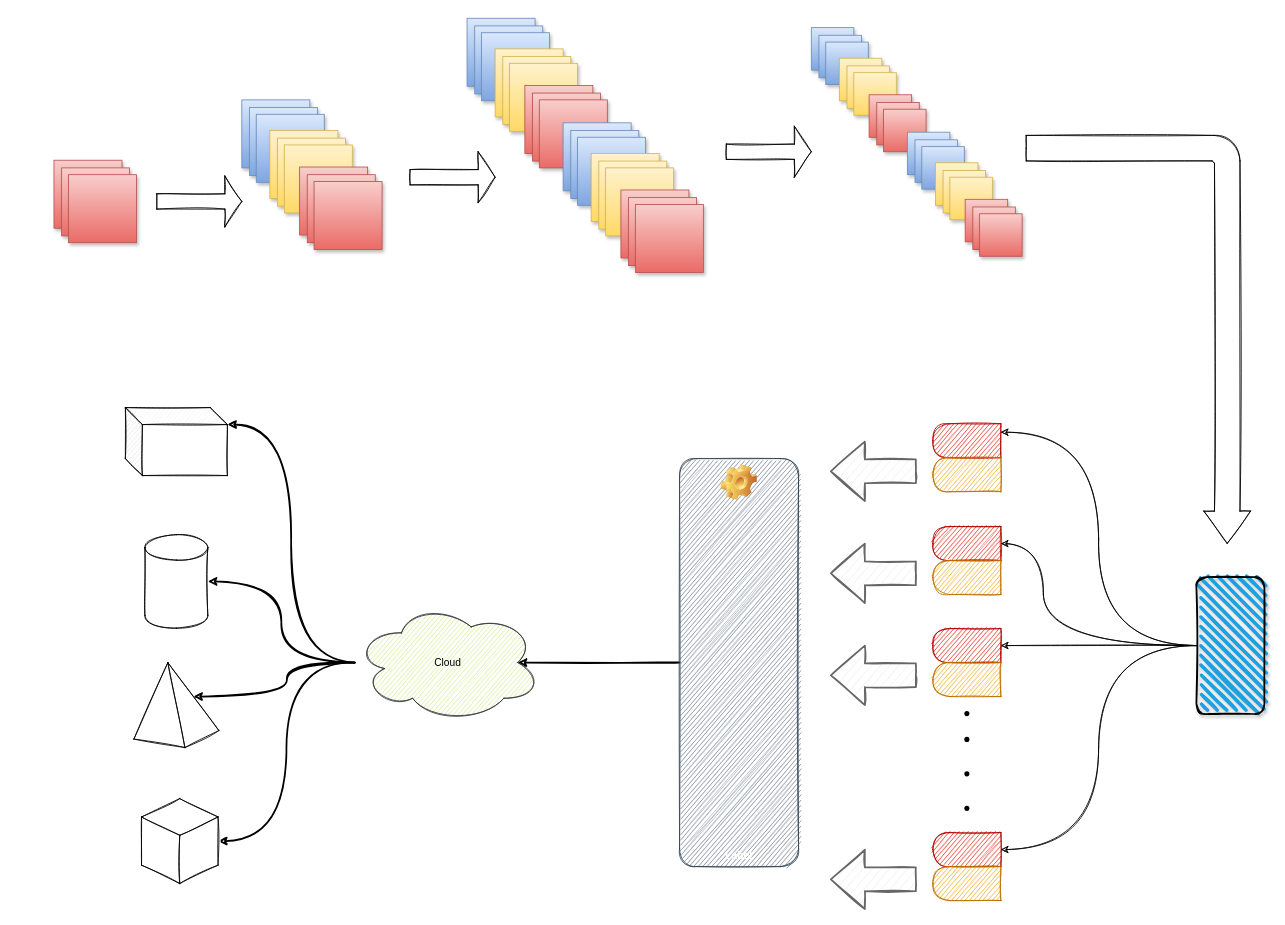
The draw.io diagram Untitled Diagram.drawio in yzfzzz/DrawImage, before the edit. Source tidied: cells renumbered, new cells numbered last; positions are measured from the earlier drawing's top-left corner, leaving out a move shared by most shapes. Both pictures are drawn from the tidied source at 85%, with x=0, y=0 at pixel (54, 14).
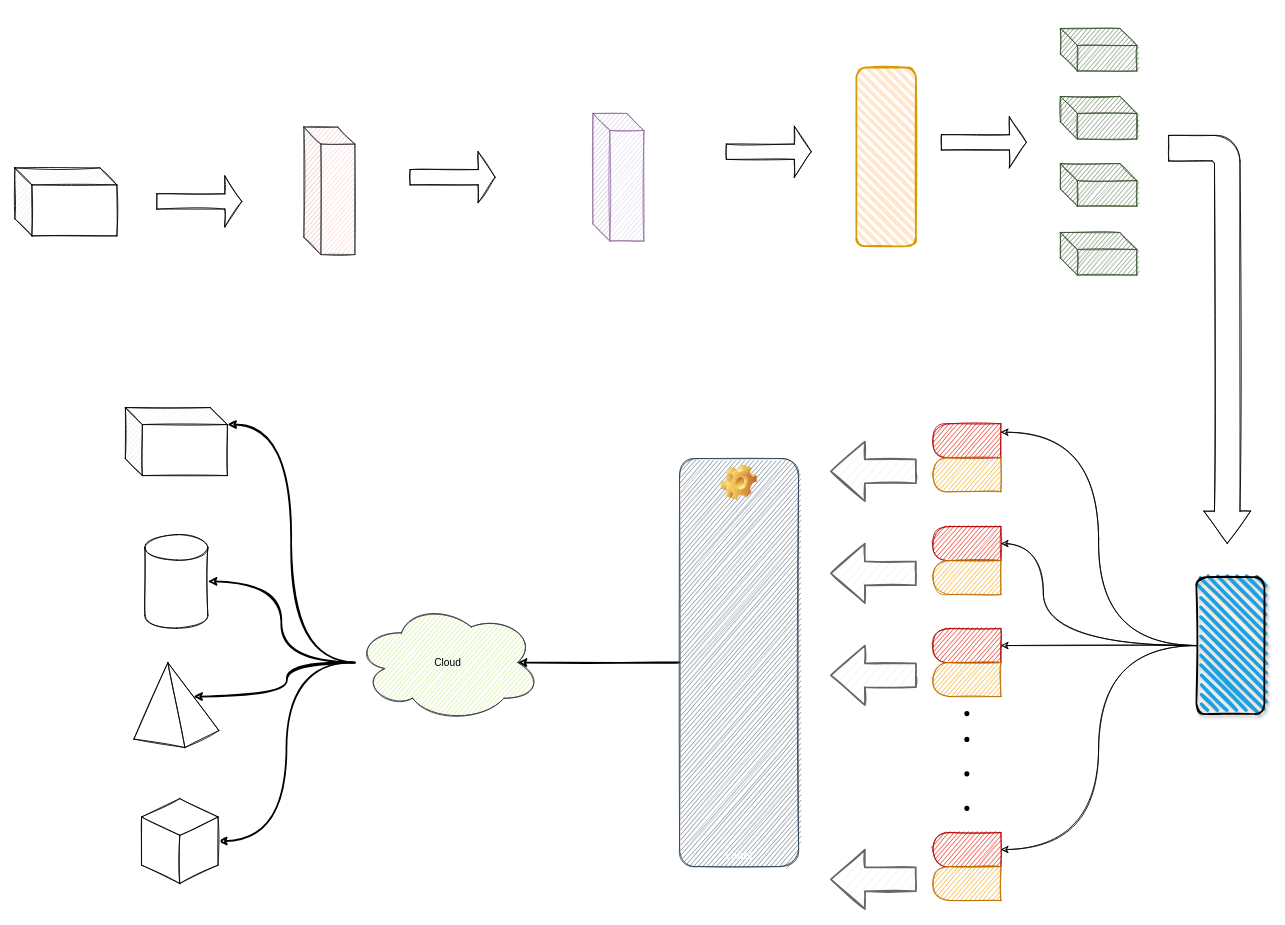
The same page after the edit.

Change to the diagram source:
```diff
@@
-    <mxCell id="2" style="group;" parent="1" vertex="1">
-      <mxGeometry y="171" width="97" height="97" as="geometry" />
-    </mxCell>
-    <mxCell id="3" style="whiteSpace=wrap;html=1;shadow=1;rounded=0;fillColor=#f8cecc;strokeColor=#b85450;sketch=0;gradientColor=#ea6b66;" parent="2" vertex="1">
-      <mxGeometry width="80" height="80" as="geometry" />
-    </mxCell>
-    <mxCell id="4" style="whiteSpace=wrap;html=1;shadow=1;rounded=0;fillColor=#f8cecc;strokeColor=#b85450;sketch=0;gradientColor=#ea6b66;" parent="2" vertex="1">
-      <mxGeometry x="9" y="9" width="80" height="80" as="geometry" />
-    </mxCell>
-    <mxCell id="5" style="whiteSpace=wrap;html=1;shadow=1;rounded=0;fillColor=#f8cecc;strokeColor=#b85450;sketch=0;gradientColor=#ea6b66;" parent="2" vertex="1">
-      <mxGeometry x="17" y="17" width="80" height="80" as="geometry" />
-    </mxCell>
-    <mxCell id="6" style="group;" parent="1" vertex="1">
-      <mxGeometry x="221" y="100" width="165" height="176" as="geometry" />
-    </mxCell>
-    <mxCell id="7" style="whiteSpace=wrap;html=1;shadow=1;rounded=0;fillColor=#dae8fc;strokeColor=#6c8ebf;sketch=0;gradientColor=#7ea6e0;" parent="6" vertex="1">
-      <mxGeometry width="80" height="80" as="geometry" />
-    </mxCell>
-    <mxCell id="8" style="whiteSpace=wrap;html=1;shadow=1;rounded=0;fillColor=#dae8fc;strokeColor=#6c8ebf;sketch=0;gradientColor=#7ea6e0;" parent="6" vertex="1">
-      <mxGeometry x="9" y="9" width="80" height="80" as="geometry" />
-    </mxCell>
-    <mxCell id="9" style="whiteSpace=wrap;html=1;shadow=1;rounded=0;fillColor=#dae8fc;strokeColor=#6c8ebf;sketch=0;gradientColor=#7ea6e0;" parent="6" vertex="1">
-      <mxGeometry x="17" y="17" width="80" height="80" as="geometry" />
-    </mxCell>
-    <mxCell id="10" style="whiteSpace=wrap;html=1;shadow=1;rounded=0;fillColor=#fff2cc;strokeColor=#d6b656;sketch=0;gradientColor=#ffd966;" parent="6" vertex="1">
-      <mxGeometry x="33" y="36" width="80" height="80" as="geometry" />
-    </mxCell>
-    <mxCell id="11" style="whiteSpace=wrap;html=1;shadow=1;rounded=0;fillColor=#fff2cc;strokeColor=#d6b656;sketch=0;gradientColor=#ffd966;" parent="6" vertex="1">
-      <mxGeometry x="42" y="45" width="80" height="80" as="geometry" />
-    </mxCell>
-    <mxCell id="12" style="whiteSpace=wrap;html=1;shadow=1;rounded=0;fillColor=#fff2cc;strokeColor=#d6b656;sketch=0;gradientColor=#ffd966;" parent="6" vertex="1">
-      <mxGeometry x="50" y="53" width="80" height="80" as="geometry" />
-    </mxCell>
-    <mxCell id="13" style="group;" parent="6" vertex="1">
-      <mxGeometry x="68" y="79" width="97" height="97" as="geometry" />
-    </mxCell>
-    <mxCell id="14" style="whiteSpace=wrap;html=1;shadow=1;rounded=0;fillColor=#f8cecc;strokeColor=#b85450;sketch=0;gradientColor=#ea6b66;" parent="13" vertex="1">
-      <mxGeometry width="80" height="80" as="geometry" />
-    </mxCell>
-    <mxCell id="15" style="whiteSpace=wrap;html=1;shadow=1;rounded=0;fillColor=#f8cecc;strokeColor=#b85450;sketch=0;gradientColor=#ea6b66;" parent="13" vertex="1">
-      <mxGeometry x="9" y="9" width="80" height="80" as="geometry" />
-    </mxCell>
-    <mxCell id="16" style="whiteSpace=wrap;html=1;shadow=1;rounded=0;fillColor=#f8cecc;strokeColor=#b85450;sketch=0;gradientColor=#ea6b66;" parent="13" vertex="1">
-      <mxGeometry x="17" y="17" width="80" height="80" as="geometry" />
-    </mxCell>
-    <mxCell id="17" style="group;" parent="1" vertex="1">
-      <mxGeometry x="486" y="4" width="278" height="299" as="geometry" />
-    </mxCell>
-    <mxCell id="18" style="group;" parent="17" vertex="1">
-      <mxGeometry width="165" height="176" as="geometry" />
-    </mxCell>
-    <mxCell id="19" style="whiteSpace=wrap;html=1;shadow=1;rounded=0;fillColor=#dae8fc;strokeColor=#6c8ebf;sketch=0;gradientColor=#7ea6e0;" parent="18" vertex="1">
-      <mxGeometry width="80" height="80" as="geometry" />
-    </mxCell>
-    <mxCell id="20" style="whiteSpace=wrap;html=1;shadow=1;rounded=0;fillColor=#dae8fc;strokeColor=#6c8ebf;sketch=0;gradientColor=#7ea6e0;" parent="18" vertex="1">
-      <mxGeometry x="9" y="9" width="80" height="80" as="geometry" />
-    </mxCell>
-    <mxCell id="21" style="whiteSpace=wrap;html=1;shadow=1;rounded=0;fillColor=#dae8fc;strokeColor=#6c8ebf;sketch=0;gradientColor=#7ea6e0;" parent="18" vertex="1">
-      <mxGeometry x="17" y="17" width="80" height="80" as="geometry" />
-    </mxCell>
-    <mxCell id="22" style="whiteSpace=wrap;html=1;shadow=1;rounded=0;fillColor=#fff2cc;strokeColor=#d6b656;sketch=0;gradientColor=#ffd966;" parent="18" vertex="1">
-      <mxGeometry x="33" y="36" width="80" height="80" as="geometry" />
-    </mxCell>
-    <mxCell id="23" style="whiteSpace=wrap;html=1;shadow=1;rounded=0;fillColor=#fff2cc;strokeColor=#d6b656;sketch=0;gradientColor=#ffd966;" parent="18" vertex="1">
-      <mxGeometry x="42" y="45" width="80" height="80" as="geometry" />
-    </mxCell>
-    <mxCell id="24" style="whiteSpace=wrap;html=1;shadow=1;rounded=0;fillColor=#fff2cc;strokeColor=#d6b656;sketch=0;gradientColor=#ffd966;" parent="18" vertex="1">
-      <mxGeometry x="50" y="53" width="80" height="80" as="geometry" />
-    </mxCell>
-    <mxCell id="25" style="group;" parent="18" vertex="1">
-      <mxGeometry x="68" y="79" width="97" height="97" as="geometry" />
-    </mxCell>
-    <mxCell id="26" style="whiteSpace=wrap;html=1;shadow=1;rounded=0;fillColor=#f8cecc;strokeColor=#b85450;sketch=0;gradientColor=#ea6b66;" parent="25" vertex="1">
-      <mxGeometry width="80" height="80" as="geometry" />
-    </mxCell>
-    <mxCell id="27" style="whiteSpace=wrap;html=1;shadow=1;rounded=0;fillColor=#f8cecc;strokeColor=#b85450;sketch=0;gradientColor=#ea6b66;" parent="25" vertex="1">
-      <mxGeometry x="9" y="9" width="80" height="80" as="geometry" />
-    </mxCell>
-    <mxCell id="28" style="whiteSpace=wrap;html=1;shadow=1;rounded=0;fillColor=#f8cecc;strokeColor=#b85450;sketch=0;gradientColor=#ea6b66;" parent="25" vertex="1">
-      <mxGeometry x="17" y="17" width="80" height="80" as="geometry" />
-    </mxCell>
-    <mxCell id="29" style="group;" parent="17" vertex="1">
-      <mxGeometry x="113" y="123" width="165" height="176" as="geometry" />
-    </mxCell>
-    <mxCell id="30" style="whiteSpace=wrap;html=1;shadow=1;rounded=0;fillColor=#dae8fc;strokeColor=#6c8ebf;sketch=0;gradientColor=#7ea6e0;" parent="29" vertex="1">
-      <mxGeometry width="80" height="80" as="geometry" />
-    </mxCell>
-    <mxCell id="31" style="whiteSpace=wrap;html=1;shadow=1;rounded=0;fillColor=#dae8fc;strokeColor=#6c8ebf;sketch=0;gradientColor=#7ea6e0;" parent="29" vertex="1">
-      <mxGeometry x="9" y="9" width="80" height="80" as="geometry" />
-    </mxCell>
-    <mxCell id="32" style="whiteSpace=wrap;html=1;shadow=1;rounded=0;fillColor=#dae8fc;strokeColor=#6c8ebf;sketch=0;gradientColor=#7ea6e0;" parent="29" vertex="1">
-      <mxGeometry x="17" y="17" width="80" height="80" as="geometry" />
-    </mxCell>
-    <mxCell id="33" style="whiteSpace=wrap;html=1;shadow=1;rounded=0;fillColor=#fff2cc;strokeColor=#d6b656;sketch=0;gradientColor=#ffd966;" parent="29" vertex="1">
-      <mxGeometry x="33" y="36" width="80" height="80" as="geometry" />
-    </mxCell>
-    <mxCell id="34" style="whiteSpace=wrap;html=1;shadow=1;rounded=0;fillColor=#fff2cc;strokeColor=#d6b656;sketch=0;gradientColor=#ffd966;" parent="29" vertex="1">
-      <mxGeometry x="42" y="45" width="80" height="80" as="geometry" />
-    </mxCell>
-    <mxCell id="35" style="whiteSpace=wrap;html=1;shadow=1;rounded=0;fillColor=#fff2cc;strokeColor=#d6b656;sketch=0;gradientColor=#ffd966;" parent="29" vertex="1">
-      <mxGeometry x="50" y="53" width="80" height="80" as="geometry" />
-    </mxCell>
-    <mxCell id="36" style="group;" parent="29" vertex="1">
-      <mxGeometry x="68" y="79" width="97" height="97" as="geometry" />
-    </mxCell>
-    <mxCell id="37" style="whiteSpace=wrap;html=1;shadow=1;rounded=0;fillColor=#f8cecc;strokeColor=#b85450;sketch=0;gradientColor=#ea6b66;" parent="36" vertex="1">
-      <mxGeometry width="80" height="80" as="geometry" />
-    </mxCell>
-    <mxCell id="38" style="whiteSpace=wrap;html=1;shadow=1;rounded=0;fillColor=#f8cecc;strokeColor=#b85450;sketch=0;gradientColor=#ea6b66;" parent="36" vertex="1">
-      <mxGeometry x="9" y="9" width="80" height="80" as="geometry" />
-    </mxCell>
-    <mxCell id="39" style="whiteSpace=wrap;html=1;shadow=1;rounded=0;fillColor=#f8cecc;strokeColor=#b85450;sketch=0;gradientColor=#ea6b66;" parent="36" vertex="1">
-      <mxGeometry x="17" y="17" width="80" height="80" as="geometry" />
-    </mxCell>
-    <mxCell id="40" style="group;" parent="1" vertex="1">
-      <mxGeometry x="876" width="278" height="299" as="geometry" />
-    </mxCell>
-    <mxCell id="41" style="group;" parent="40" vertex="1">
-      <mxGeometry width="165" height="176" as="geometry" />
-    </mxCell>
-    <mxCell id="42" style="whiteSpace=wrap;html=1;shadow=1;rounded=0;fillColor=#dae8fc;strokeColor=#6c8ebf;sketch=0;gradientColor=#7ea6e0;" parent="41" vertex="1">
-      <mxGeometry x="15" y="15" width="50" height="50" as="geometry" />
-    </mxCell>
-    <mxCell id="43" style="whiteSpace=wrap;html=1;shadow=1;rounded=0;fillColor=#dae8fc;strokeColor=#6c8ebf;sketch=0;gradientColor=#7ea6e0;" parent="41" vertex="1">
-      <mxGeometry x="24" y="24" width="50" height="50" as="geometry" />
-    </mxCell>
-    <mxCell id="44" style="whiteSpace=wrap;html=1;shadow=1;rounded=0;fillColor=#dae8fc;strokeColor=#6c8ebf;sketch=0;gradientColor=#7ea6e0;" parent="41" vertex="1">
-      <mxGeometry x="32" y="32" width="50" height="50" as="geometry" />
-    </mxCell>
-    <mxCell id="45" style="whiteSpace=wrap;html=1;shadow=1;rounded=0;fillColor=#fff2cc;strokeColor=#d6b656;sketch=0;gradientColor=#ffd966;" parent="41" vertex="1">
-      <mxGeometry x="48" y="51" width="50" height="50" as="geometry" />
-    </mxCell>
-    <mxCell id="46" style="whiteSpace=wrap;html=1;shadow=1;rounded=0;fillColor=#fff2cc;strokeColor=#d6b656;sketch=0;gradientColor=#ffd966;" parent="41" vertex="1">
-      <mxGeometry x="57" y="60" width="50" height="50" as="geometry" />
-    </mxCell>
-    <mxCell id="47" style="whiteSpace=wrap;html=1;shadow=1;rounded=0;fillColor=#fff2cc;strokeColor=#d6b656;sketch=0;gradientColor=#ffd966;" parent="41" vertex="1">
-      <mxGeometry x="65" y="68" width="50" height="50" as="geometry" />
-    </mxCell>
-    <mxCell id="48" style="group;" parent="41" vertex="1">
-      <mxGeometry x="68" y="79" width="97" height="97" as="geometry" />
-    </mxCell>
-    <mxCell id="49" style="whiteSpace=wrap;html=1;shadow=1;rounded=0;fillColor=#f8cecc;strokeColor=#b85450;sketch=0;gradientColor=#ea6b66;" parent="48" vertex="1">
-      <mxGeometry x="15" y="15" width="50" height="50" as="geometry" />
-    </mxCell>
-    <mxCell id="50" style="whiteSpace=wrap;html=1;shadow=1;rounded=0;fillColor=#f8cecc;strokeColor=#b85450;sketch=0;gradientColor=#ea6b66;" parent="48" vertex="1">
-      <mxGeometry x="24" y="24" width="50" height="50" as="geometry" />
-    </mxCell>
-    <mxCell id="51" style="whiteSpace=wrap;html=1;shadow=1;rounded=0;fillColor=#f8cecc;strokeColor=#b85450;sketch=0;gradientColor=#ea6b66;" parent="48" vertex="1">
-      <mxGeometry x="32" y="32" width="50" height="50" as="geometry" />
-    </mxCell>
-    <mxCell id="52" style="group;" parent="40" vertex="1">
-      <mxGeometry x="113" y="123" width="165" height="176" as="geometry" />
-    </mxCell>
-    <mxCell id="53" style="whiteSpace=wrap;html=1;shadow=1;rounded=0;fillColor=#dae8fc;strokeColor=#6c8ebf;sketch=0;gradientColor=#7ea6e0;" parent="52" vertex="1">
-      <mxGeometry x="15" y="15" width="50" height="50" as="geometry" />
-    </mxCell>
-    <mxCell id="54" style="whiteSpace=wrap;html=1;shadow=1;rounded=0;fillColor=#dae8fc;strokeColor=#6c8ebf;sketch=0;gradientColor=#7ea6e0;" parent="52" vertex="1">
-      <mxGeometry x="24" y="24" width="50" height="50" as="geometry" />
-    </mxCell>
-    <mxCell id="55" style="whiteSpace=wrap;html=1;shadow=1;rounded=0;fillColor=#dae8fc;strokeColor=#6c8ebf;sketch=0;gradientColor=#7ea6e0;" parent="52" vertex="1">
-      <mxGeometry x="32" y="32" width="50" height="50" as="geometry" />
-    </mxCell>
-    <mxCell id="56" style="whiteSpace=wrap;html=1;shadow=1;rounded=0;fillColor=#fff2cc;strokeColor=#d6b656;sketch=0;gradientColor=#ffd966;" parent="52" vertex="1">
-      <mxGeometry x="48" y="51" width="50" height="50" as="geometry" />
-    </mxCell>
-    <mxCell id="57" style="whiteSpace=wrap;html=1;shadow=1;rounded=0;fillColor=#fff2cc;strokeColor=#d6b656;sketch=0;gradientColor=#ffd966;" parent="52" vertex="1">
-      <mxGeometry x="57" y="60" width="50" height="50" as="geometry" />
-    </mxCell>
-    <mxCell id="58" style="whiteSpace=wrap;html=1;shadow=1;rounded=0;fillColor=#fff2cc;strokeColor=#d6b656;sketch=0;gradientColor=#ffd966;" parent="52" vertex="1">
-      <mxGeometry x="65" y="68" width="50" height="50" as="geometry" />
-    </mxCell>
-    <mxCell id="59" style="group;" parent="52" vertex="1">
-      <mxGeometry x="68" y="79" width="97" height="97" as="geometry" />
-    </mxCell>
-    <mxCell id="60" style="whiteSpace=wrap;html=1;shadow=1;rounded=0;fillColor=#f8cecc;strokeColor=#b85450;sketch=0;gradientColor=#ea6b66;" parent="59" vertex="1">
-      <mxGeometry x="15" y="15" width="50" height="50" as="geometry" />
-    </mxCell>
-    <mxCell id="61" style="whiteSpace=wrap;html=1;shadow=1;rounded=0;fillColor=#f8cecc;strokeColor=#b85450;sketch=0;gradientColor=#ea6b66;" parent="59" vertex="1">
-      <mxGeometry x="24" y="24" width="50" height="50" as="geometry" />
-    </mxCell>
-    <mxCell id="62" style="whiteSpace=wrap;html=1;shadow=1;rounded=0;fillColor=#f8cecc;strokeColor=#b85450;sketch=0;gradientColor=#ea6b66;" parent="59" vertex="1">
-      <mxGeometry x="32" y="32" width="50" height="50" as="geometry" />
-    </mxCell>
@@
     <mxCell id="99" style="html=1;shadow=0;dashed=0;align=center;verticalAlign=middle;shape=mxgraph.arrows2.bendArrow;dy=15;dx=38;notch=0;arrowHead=55;rounded=1;sketch=1;rotation=90;" parent="1" vertex="1">
-      <mxGeometry x="1035.8" y="249.8" width="480" height="264" as="geometry" />
+      <mxGeometry x="1119.6" y="333.6" width="480" height="96.4" as="geometry" />
     </mxCell>
@@
+    <mxCell id="104" style="shape=cube;whiteSpace=wrap;html=1;boundedLbl=1;backgroundOutline=1;darkOpacity=0.05;darkOpacity2=0.1;shadow=0;sketch=1;gradientColor=#ffffff;" parent="1" vertex="1">
+      <mxGeometry x="-46" y="180" width="120" height="80" as="geometry" />
+    </mxCell>
+    <mxCell id="105" style="shape=cube;whiteSpace=wrap;html=1;boundedLbl=1;backgroundOutline=1;darkOpacity=0.05;darkOpacity2=0.1;shadow=0;sketch=1;fillColor=#ffcccc;strokeColor=#36393d;" parent="1" vertex="1">
+      <mxGeometry x="294" y="132" width="60" height="150" as="geometry" />
+    </mxCell>
+    <mxCell id="106" style="shape=cube;whiteSpace=wrap;html=1;boundedLbl=1;backgroundOutline=1;darkOpacity=0.05;darkOpacity2=0.1;shadow=0;sketch=1;fillColor=#e1d5e7;strokeColor=#9673a6;" parent="1" vertex="1">
+      <mxGeometry x="634" y="116" width="60" height="150" as="geometry" />
+    </mxCell>
+    <mxCell id="107" style="rounded=1;whiteSpace=wrap;html=1;strokeWidth=2;fillWeight=4;hachureGap=8;hachureAngle=45;fillColor=#ffe6cc;sketch=1;shadow=0;strokeColor=#d79b00;" parent="1" vertex="1">
+      <mxGeometry x="944" y="62" width="70" height="210" as="geometry" />
+    </mxCell>
+    <mxCell id="108" style="shape=cube;whiteSpace=wrap;html=1;boundedLbl=1;backgroundOutline=1;darkOpacity=0.05;darkOpacity2=0.1;shadow=0;sketch=1;fillColor=#6d8764;fontColor=#ffffff;strokeColor=#3A5431;" parent="1" vertex="1">
+      <mxGeometry x="1184" y="16" width="90" height="50" as="geometry" />
+    </mxCell>
+    <mxCell id="109" style="shape=cube;whiteSpace=wrap;html=1;boundedLbl=1;backgroundOutline=1;darkOpacity=0.05;darkOpacity2=0.1;shadow=0;sketch=1;fillColor=#6d8764;fontColor=#ffffff;strokeColor=#3A5431;" parent="1" vertex="1">
+      <mxGeometry x="1184" y="96" width="90" height="50" as="geometry" />
+    </mxCell>
+    <mxCell id="110" style="shape=cube;whiteSpace=wrap;html=1;boundedLbl=1;backgroundOutline=1;darkOpacity=0.05;darkOpacity2=0.1;shadow=0;sketch=1;fillColor=#6d8764;fontColor=#ffffff;strokeColor=#3A5431;" parent="1" vertex="1">
+      <mxGeometry x="1184" y="175" width="90" height="50" as="geometry" />
+    </mxCell>
+    <mxCell id="111" style="shape=cube;whiteSpace=wrap;html=1;boundedLbl=1;backgroundOutline=1;darkOpacity=0.05;darkOpacity2=0.1;shadow=0;sketch=1;fillColor=#6d8764;fontColor=#ffffff;strokeColor=#3A5431;" parent="1" vertex="1">
+      <mxGeometry x="1184" y="256" width="90" height="50" as="geometry" />
+    </mxCell>
+    <mxCell id="112" style="shape=singleArrow;whiteSpace=wrap;html=1;shadow=0;sketch=1;" parent="1" vertex="1">
+      <mxGeometry x="1044" y="120" width="100" height="60" as="geometry" />
+    </mxCell>
```
